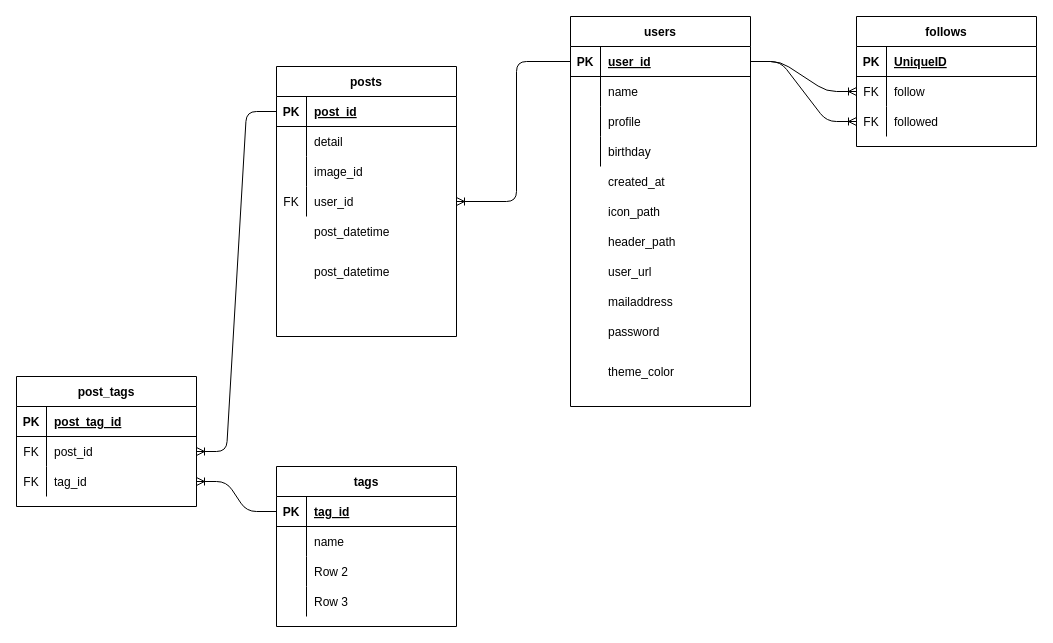
Above: doc/database/ER.drawio in Azu0925/syusyokusakuhin (draw.io), before the change. Source tidied: cells renumbered, new cells numbered last; positions are measured from the earlier drawing's top-left corner, leaving out a move shared by most shapes. Both pictures are drawn from the tidied source at 100%, with x=0, y=0 at pixel (16, 16).
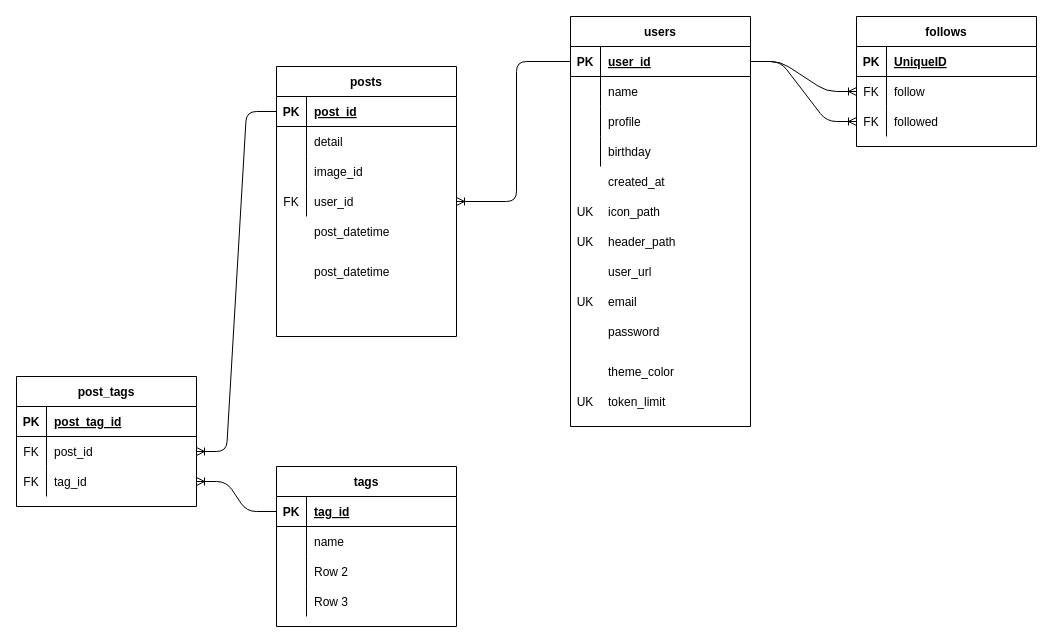
The same page after the edit.

Unchanged cells that the change refers to:
```xml
<mxCell id="44" style="shape=partialRectangle;fillColor=none;top=0;left=0;bottom=0;right=0;" parent="1" vertex="1">
  <mxGeometry x="554" y="180" width="180" height="30" as="geometry" />
</mxCell>
<mxCell id="47" style="shape=partialRectangle;fillColor=none;top=0;left=0;bottom=0;right=0;" parent="1" vertex="1">
  <mxGeometry x="554" y="210" width="180" height="30" as="geometry" />
</mxCell>
<mxCell id="53" style="shape=partialRectangle;fillColor=none;top=0;left=0;bottom=0;right=0;" parent="1" vertex="1">
  <mxGeometry x="554" y="270" width="180" height="30" as="geometry" />
</mxCell>
```

The edit, as a diff of the source:
```diff
@@
     <mxCell id="2" value="users" style="shape=table;startSize=30;childLayout=tableLayout;rowLines=0;fontStyle=1;align=center;" parent="1" vertex="1">
-      <mxGeometry x="554" width="180" height="390" as="geometry" />
+      <mxGeometry x="554" width="180" height="410" as="geometry" />
     </mxCell>
@@
-    <mxCell id="45" style="shape=partialRectangle;fillColor=none;top=0;left=0;bottom=0;right=0;overflow=hidden;" parent="44" vertex="1">
+    <mxCell id="45" value="UK" style="shape=partialRectangle;fillColor=none;top=0;left=0;bottom=0;right=0;overflow=hidden;" parent="44" vertex="1">
       <mxGeometry width="30" height="30" as="geometry" />
     </mxCell>
@@
-    <mxCell id="48" style="shape=partialRectangle;fillColor=none;top=0;left=0;bottom=0;right=0;overflow=hidden;" parent="47" vertex="1">
+    <mxCell id="48" value="UK" style="shape=partialRectangle;fillColor=none;top=0;left=0;bottom=0;right=0;overflow=hidden;" parent="47" vertex="1">
       <mxGeometry width="30" height="30" as="geometry" />
     </mxCell>
@@
-    <mxCell id="54" style="shape=partialRectangle;fillColor=none;top=0;left=0;bottom=0;right=0;overflow=hidden;" parent="53" vertex="1">
+    <mxCell id="54" value="UK" style="shape=partialRectangle;fillColor=none;top=0;left=0;bottom=0;right=0;overflow=hidden;" parent="53" vertex="1">
       <mxGeometry width="30" height="30" as="geometry" />
     </mxCell>
-    <mxCell id="55" value="mailaddress" style="shape=partialRectangle;fillColor=none;top=0;left=0;bottom=0;right=0;align=left;spacingLeft=6;overflow=hidden;" parent="53" vertex="1">
+    <mxCell id="55" value="email" style="shape=partialRectangle;fillColor=none;top=0;left=0;bottom=0;right=0;align=left;spacingLeft=6;overflow=hidden;" parent="53" vertex="1">
       <mxGeometry x="30" width="150" height="30" as="geometry" />
     </mxCell>
@@
+    <mxCell id="93" style="shape=partialRectangle;fillColor=none;top=0;left=0;bottom=0;right=0;" parent="1" vertex="1">
+      <mxGeometry x="554" y="370" width="180" height="30" as="geometry" />
+    </mxCell>
+    <mxCell id="94" value="UK" style="shape=partialRectangle;fillColor=none;top=0;left=0;bottom=0;right=0;overflow=hidden;" parent="93" vertex="1">
+      <mxGeometry width="30" height="30" as="geometry" />
+    </mxCell>
+    <mxCell id="95" value="token_limit" style="shape=partialRectangle;fillColor=none;top=0;left=0;bottom=0;right=0;align=left;spacingLeft=6;overflow=hidden;" parent="93" vertex="1">
+      <mxGeometry x="30" width="150" height="30" as="geometry" />
+    </mxCell>
```
